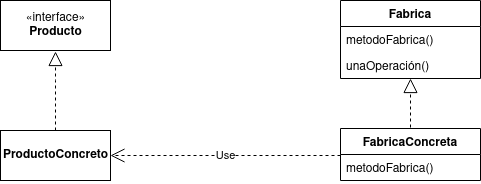
This is Factory/Factory.png from M0squ3ra/Design-Patterns, a draw.io export, as it was before one commit. Source tidied: cells renumbered, new cells last; positions are measured from the earlier drawing's top-left corner, leaving out a move shared by most shapes.
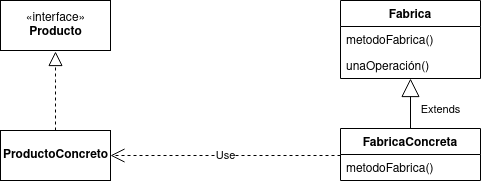
The same diagram one commit later.

Change to the diagram source:
```diff
@@ -31,15 +31,13 @@
     <mxCell id="9" value="metodoFabrica()" style="text;strokeColor=none;fillColor=none;align=left;verticalAlign=top;spacingLeft=4;spacingRight=4;overflow=hidden;" parent="8" vertex="1">
       <mxGeometry y="26" width="140" height="26" as="geometry" />
     </mxCell>
-    <mxCell id="10" style="endArrow=block;dashed=1;endFill=0;endSize=12;html=1;entryX=0.5;entryY=1;entryDx=0;entryDy=0;" parent="1" edge="1" target="5">
-      <mxGeometry relative="1" as="geometry">
-        <mxPoint x="410" y="127" as="sourcePoint" />
-      </mxGeometry>
-    </mxCell>
     <mxCell id="11" value="Use" style="endArrow=open;endSize=12;dashed=1;html=1;entryX=1;entryY=0.5;entryDx=0;entryDy=0;" parent="1" edge="1" target="3">
       <mxGeometry relative="1" as="geometry">
         <mxPoint x="340" y="155" as="sourcePoint" />
       </mxGeometry>
     </mxCell>
+    <mxCell id="12" value="Extends" style="endArrow=block;endSize=16;endFill=0;html=1;exitX=0.5;exitY=0;exitDx=0;exitDy=0;" parent="1" edge="1" source="8" target="7">
+      <mxGeometry x="-0.25" y="-30" relative="1" as="geometry" />
+    </mxCell>
   </root>
 </mxGraphModel>
```
